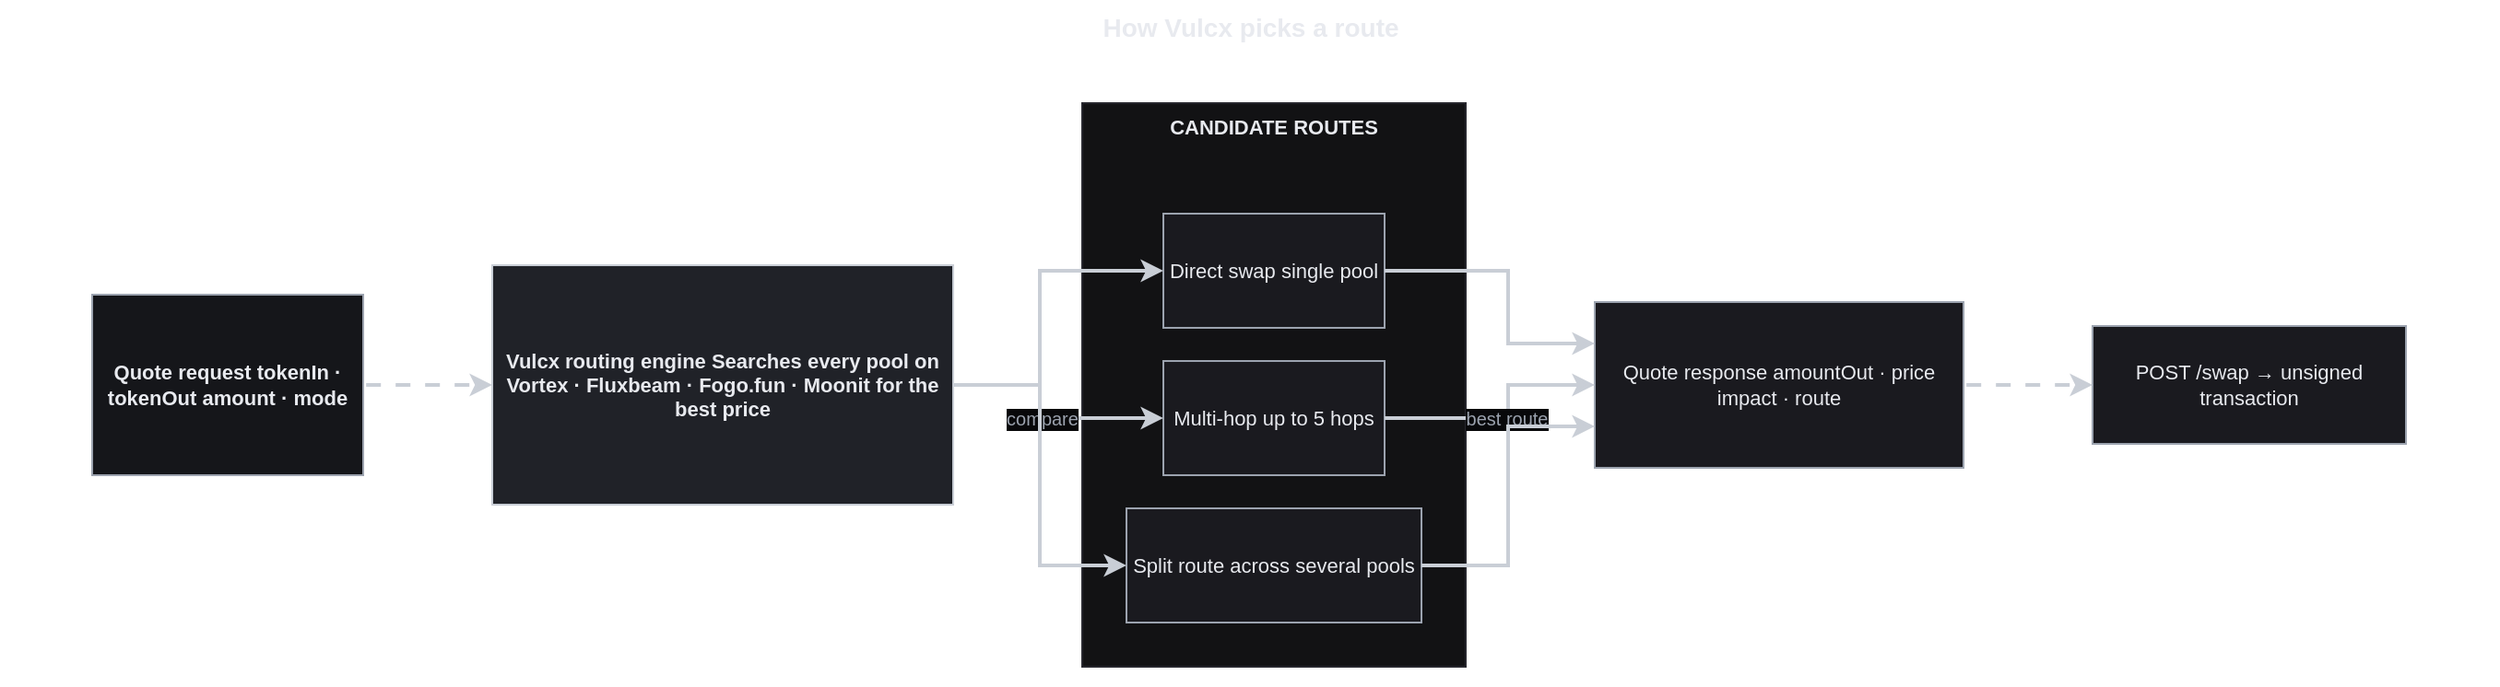
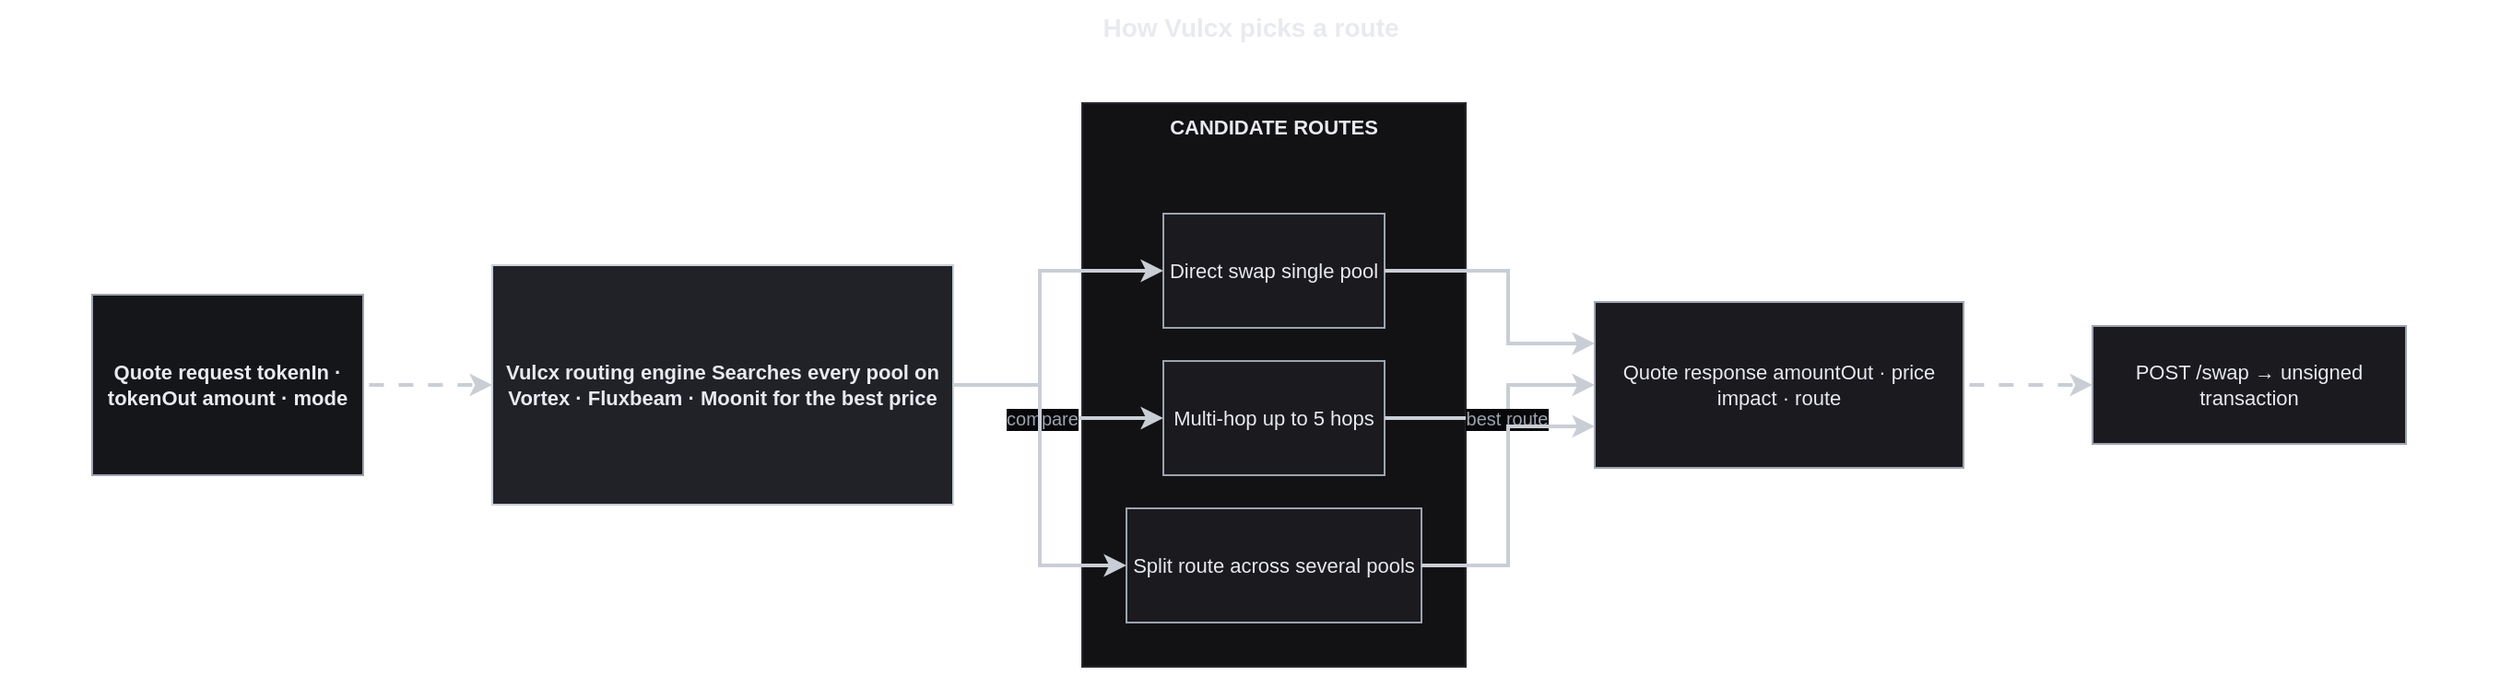
<mxfile host="app.diagrams.net"><diagram name="Vulcx routing" id="d"><mxGraphModel dx="1400" dy="900" grid="0" gridSize="10" guides="1" tooltips="1" connect="1" arrows="1" fold="1" page="1" pageScale="1" pageWidth="1355" pageHeight="446" math="0" shadow="0"><root><mxCell id="0"/><mxCell id="1" parent="0"/><mxCell id="root" value="" style="rounded=0;whiteSpace=wrap;html=1;fillColor=none;strokeColor=none;fontColor=#e8eaef;fontSize=11;fontStyle=1;verticalAlign=top;" vertex="1" parent="1"><mxGeometry x="40" y="70" width="1275" height="326" as="geometry"/></mxCell><mxCell id="req" value="Quote request

tokenIn · tokenOut
amount · mode" style="rounded=0;whiteSpace=wrap;html=1;fillColor=#15161a;strokeColor=#9ca3af;fontColor=#e8eaef;fontSize=11;fontStyle=1;verticalAlign=middle;" vertex="1" parent="root"><mxGeometry x="10" y="114" width="147" height="98" as="geometry"/></mxCell><mxCell id="engine" value="Vulcx routing engine

Searches every pool on
- Vortex · Fluxbeam · Fogo.fun · Moonit
+ Vortex · Fluxbeam · Moonit
for the best price" style="rounded=0;whiteSpace=wrap;html=1;fillColor=#202228;strokeColor=#c9ced6;fontColor=#e8eaef;fontSize=11;fontStyle=1;verticalAlign=middle;" vertex="1" parent="root"><mxGeometry x="227" y="98" width="250" height="130" as="geometry"/></mxCell><mxCell id="routes" value="CANDIDATE ROUTES" style="rounded=0;whiteSpace=wrap;html=1;fillColor=#121214;strokeColor=#26262d;fontColor=#e8eaef;fontSize=11;fontStyle=1;verticalAlign=top;" vertex="1" parent="root"><mxGeometry x="547" y="10" width="208" height="306" as="geometry"/></mxCell><mxCell id="r_direct" value="Direct swap
single pool" style="rounded=0;whiteSpace=wrap;html=1;fillColor=#1a1a1f;strokeColor=#9ca3af;fontColor=#e8eaef;fontSize=11;fontStyle=0;verticalAlign=middle;" vertex="1" parent="routes"><mxGeometry x="44" y="60" width="120" height="62" as="geometry"/></mxCell><mxCell id="r_multi" value="Multi-hop
up to 5 hops" style="rounded=0;whiteSpace=wrap;html=1;fillColor=#1a1a1f;strokeColor=#9ca3af;fontColor=#e8eaef;fontSize=11;fontStyle=0;verticalAlign=middle;" vertex="1" parent="routes"><mxGeometry x="44" y="140" width="120" height="62" as="geometry"/></mxCell><mxCell id="r_split" value="Split route
across several pools" style="rounded=0;whiteSpace=wrap;html=1;fillColor=#1a1a1f;strokeColor=#9ca3af;fontColor=#e8eaef;fontSize=11;fontStyle=0;verticalAlign=middle;" vertex="1" parent="routes"><mxGeometry x="24" y="220" width="160" height="62" as="geometry"/></mxCell><mxCell id="resp" value="Quote response

amountOut · price impact · route" style="rounded=0;whiteSpace=wrap;html=1;fillColor=#1a1a1f;strokeColor=#9ca3af;fontColor=#e8eaef;fontSize=11;fontStyle=0;verticalAlign=middle;" vertex="1" parent="root"><mxGeometry x="825" y="118" width="200" height="90" as="geometry"/></mxCell><mxCell id="tx" value="POST /swap →
unsigned transaction" style="rounded=0;whiteSpace=wrap;html=1;fillColor=#1a1a1f;strokeColor=#9ca3af;fontColor=#e8eaef;fontSize=11;fontStyle=0;verticalAlign=middle;" vertex="1" parent="root"><mxGeometry x="1095" y="131" width="170" height="64" as="geometry"/></mxCell><mxCell id="__title" value="How Vulcx picks a route" style="text;html=1;align=center;fontStyle=1;fontSize=14;fontColor=#e8eaef;" vertex="1" parent="1"><mxGeometry x="0" y="24" width="1355" height="30" as="geometry"/></mxCell><mxCell id="ed1" value="" style="edgeStyle=orthogonalEdgeStyle;html=1;jettySize=auto;orthogonalLoop=1;fontSize=10;fontColor=#9ca3af;strokeColor=#c9ced6;strokeWidth=2;rounded=1;flowAnimation=1;exitX=1;exitY=0.500;exitDx=0;exitDy=0;entryX=0;entryY=0.500;entryDx=0;entryDy=0;" edge="1" parent="1" source="req" target="engine"><mxGeometry relative="1" as="geometry"></mxGeometry></mxCell><mxCell id="ed2" value="" style="edgeStyle=orthogonalEdgeStyle;html=1;jettySize=auto;orthogonalLoop=1;fontSize=10;fontColor=#9ca3af;strokeColor=#c9ced6;strokeWidth=2;rounded=0;exitX=1;exitY=0.5;exitDx=0;exitDy=0;entryX=0;entryY=0.5;entryDx=0;entryDy=0;" edge="1" parent="1" source="engine" target="r_direct"><mxGeometry relative="1" as="geometry"><Array as="points"><mxPoint x="564" y="233"/><mxPoint x="564" y="171"/></Array></mxGeometry></mxCell><mxCell id="ed3" value="compare" style="edgeStyle=orthogonalEdgeStyle;html=1;jettySize=auto;orthogonalLoop=1;fontSize=10;fontColor=#9ca3af;strokeColor=#c9ced6;strokeWidth=2;rounded=0;labelBackgroundColor=#08080a;exitX=1;exitY=0.5;exitDx=0;exitDy=0;entryX=0;entryY=0.5;entryDx=0;entryDy=0;" edge="1" parent="1" source="engine" target="r_multi"><mxGeometry relative="1" as="geometry"><Array as="points"><mxPoint x="564" y="233"/><mxPoint x="564" y="251"/></Array></mxGeometry></mxCell><mxCell id="ed4" value="" style="edgeStyle=orthogonalEdgeStyle;html=1;jettySize=auto;orthogonalLoop=1;fontSize=10;fontColor=#9ca3af;strokeColor=#c9ced6;strokeWidth=2;rounded=0;exitX=1;exitY=0.5;exitDx=0;exitDy=0;entryX=0;entryY=0.5;entryDx=0;entryDy=0;" edge="1" parent="1" source="engine" target="r_split"><mxGeometry relative="1" as="geometry"><Array as="points"><mxPoint x="564" y="233"/><mxPoint x="564" y="331"/></Array></mxGeometry></mxCell><mxCell id="ed5" value="" style="edgeStyle=orthogonalEdgeStyle;html=1;jettySize=auto;orthogonalLoop=1;fontSize=10;fontColor=#9ca3af;strokeColor=#c9ced6;strokeWidth=2;rounded=0;exitX=1;exitY=0.5;exitDx=0;exitDy=0;entryX=0;entryY=0.250;entryDx=0;entryDy=0;" edge="1" parent="1" source="r_direct" target="resp"><mxGeometry relative="1" as="geometry"><Array as="points"><mxPoint x="818" y="171"/><mxPoint x="818" y="211"/></Array></mxGeometry></mxCell><mxCell id="ed6" value="best route" style="edgeStyle=orthogonalEdgeStyle;html=1;jettySize=auto;orthogonalLoop=1;fontSize=10;fontColor=#9ca3af;strokeColor=#c9ced6;strokeWidth=2;rounded=0;labelBackgroundColor=#08080a;exitX=1;exitY=0.5;exitDx=0;exitDy=0;entryX=0;entryY=0.500;entryDx=0;entryDy=0;" edge="1" parent="1" source="r_multi" target="resp"><mxGeometry relative="1" as="geometry"><Array as="points"><mxPoint x="818" y="251"/><mxPoint x="818" y="233"/></Array></mxGeometry></mxCell><mxCell id="ed7" value="" style="edgeStyle=orthogonalEdgeStyle;html=1;jettySize=auto;orthogonalLoop=1;fontSize=10;fontColor=#9ca3af;strokeColor=#c9ced6;strokeWidth=2;rounded=0;exitX=1;exitY=0.5;exitDx=0;exitDy=0;entryX=0;entryY=0.750;entryDx=0;entryDy=0;" edge="1" parent="1" source="r_split" target="resp"><mxGeometry relative="1" as="geometry"><Array as="points"><mxPoint x="818" y="331"/><mxPoint x="818" y="256"/></Array></mxGeometry></mxCell><mxCell id="ed8" value="" style="edgeStyle=orthogonalEdgeStyle;html=1;jettySize=auto;orthogonalLoop=1;fontSize=10;fontColor=#9ca3af;strokeColor=#c9ced6;strokeWidth=2;rounded=1;flowAnimation=1;exitX=1;exitY=0.500;exitDx=0;exitDy=0;entryX=0;entryY=0.500;entryDx=0;entryDy=0;" edge="1" parent="1" source="resp" target="tx"><mxGeometry relative="1" as="geometry"></mxGeometry></mxCell></root></mxGraphModel></diagram></mxfile>